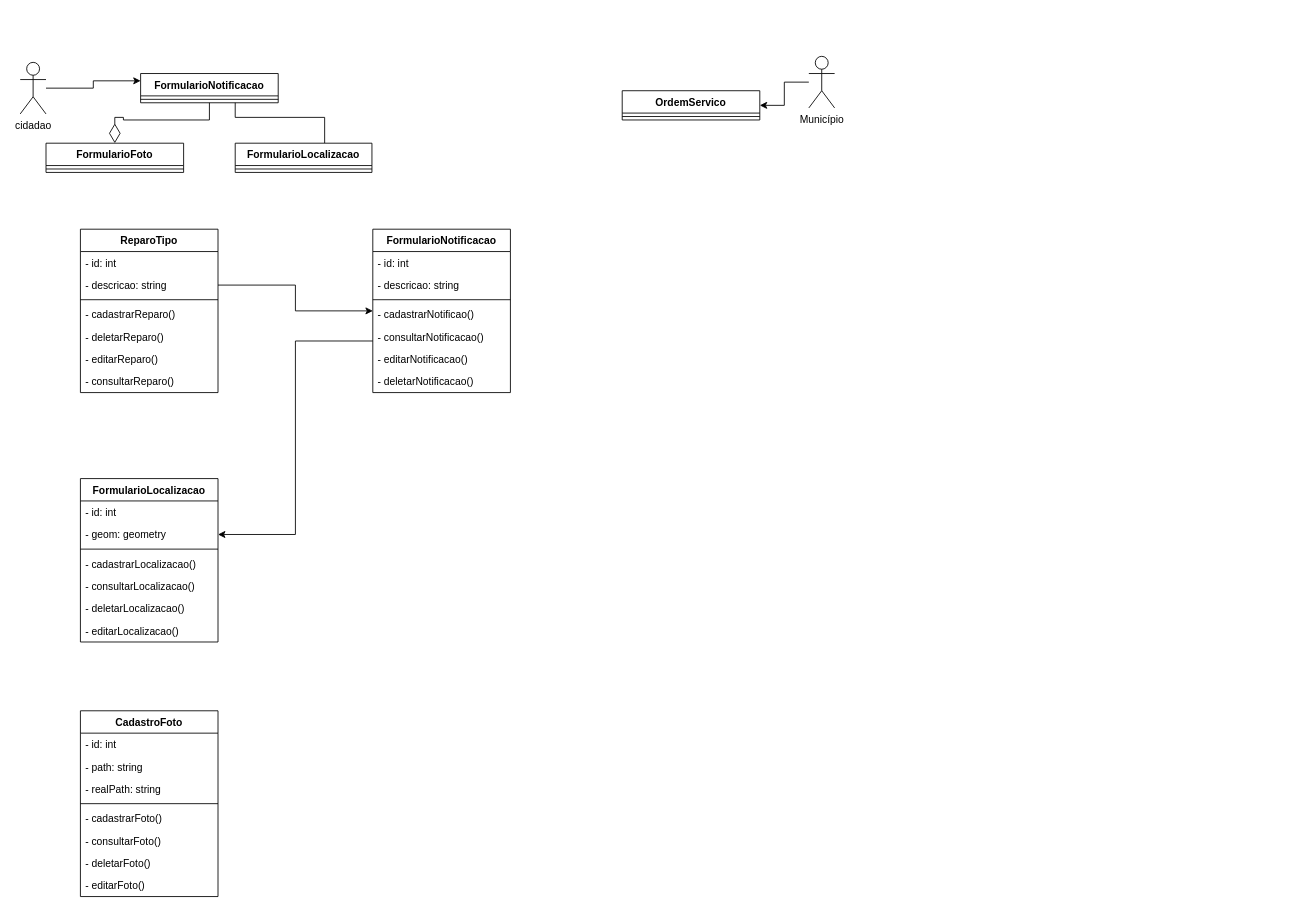
Earlier version of the draw.io diagram diagramas/classes.drawio (PuraFome/AEP-Segundo-Semestre-2022). Source tidied: cells renumbered, new cells numbered last; positions are measured from the earlier drawing's top-left corner, leaving out a move shared by most shapes. Both pictures are drawn from the tidied source at 86%, with x=0, y=0 at pixel (20, 56).
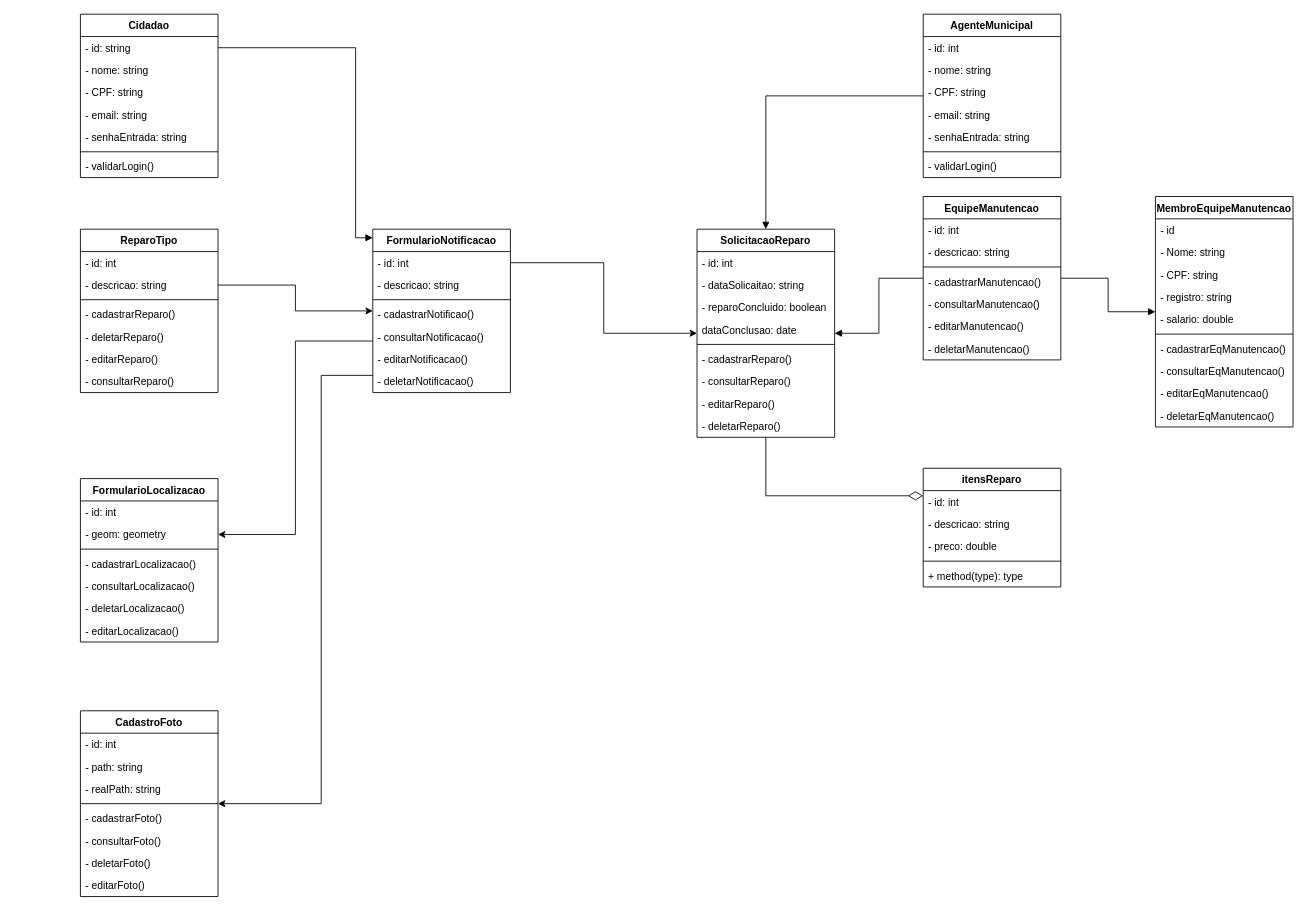
After the change.

The change refers to these unchanged cells:
```xml
<mxCell id="24" value="FormularioNotificacao" style="swimlane;fontStyle=1;align=center;verticalAlign=top;horizontal=1;startSize=26;" parent="1" vertex="1">
  <mxGeometry x="410" y="201" width="160" height="190" as="geometry" />
</mxCell>
<mxCell id="25" value="- id: int" style="text;strokeColor=none;fillColor=none;align=left;verticalAlign=top;spacingLeft=4;spacingRight=4;overflow=hidden;points=[[0,0.5],[1,0.5]];portConstraint=eastwest;" parent="24" vertex="1">
  <mxGeometry y="26" width="160" height="26" as="geometry" />
</mxCell>
<mxCell id="42" value="CadastroFoto" style="swimlane;fontStyle=1;align=center;verticalAlign=top;horizontal=1;startSize=26;" parent="1" vertex="1">
  <mxGeometry x="70" y="761" width="160" height="216" as="geometry" />
</mxCell>
```

What changed in the source:
```diff
@@
-    <mxCell id="2" style="edgeStyle=orthogonalEdgeStyle;rounded=0;jettySize=auto;html=1;endArrow=diamondThin;endFill=0;endSize=20;" parent="1" edge="1" source="4" target="8">
-      <mxGeometry relative="1" as="geometry" />
-    </mxCell>
-    <mxCell id="3" style="edgeStyle=orthogonalEdgeStyle;rounded=0;jettySize=auto;html=1;endArrow=none;endFill=0;" parent="1" edge="1" source="4" target="10">
-      <mxGeometry relative="1" as="geometry">
-        <Array as="points">
-          <mxPoint x="250" y="71" />
-          <mxPoint x="354" y="71" />
-        </Array>
-      </mxGeometry>
-    </mxCell>
-    <mxCell id="4" value="FormularioNotificacao" style="swimlane;fontStyle=1;align=center;verticalAlign=top;horizontal=1;startSize=26;" parent="1" vertex="1">
-      <mxGeometry x="140" y="20" width="160" height="34" as="geometry" />
-    </mxCell>
-    <mxCell id="5" style="line;strokeWidth=1;fillColor=none;align=left;verticalAlign=middle;spacingTop=-1;spacingLeft=3;spacingRight=3;labelPosition=right;strokeColor=inherit;" parent="4" vertex="1">
-      <mxGeometry y="26" width="160" height="8" as="geometry" />
-    </mxCell>
-    <mxCell id="6" style="edgeStyle=orthogonalEdgeStyle;rounded=0;jettySize=auto;html=1;entryX=0;entryY=0.25;entryDx=0;entryDy=0;" parent="1" edge="1" source="7" target="4">
-      <mxGeometry relative="1" as="geometry" />
-    </mxCell>
-    <mxCell id="7" value="cidadao" style="shape=umlActor;verticalLabelPosition=bottom;verticalAlign=top;html=1;" parent="1" vertex="1">
-      <mxGeometry y="7" width="30" height="60" as="geometry" />
-    </mxCell>
-    <mxCell id="8" value="FormularioFoto" style="swimlane;fontStyle=1;align=center;verticalAlign=top;horizontal=1;startSize=26;" parent="1" vertex="1">
-      <mxGeometry x="30" y="101" width="160" height="34" as="geometry" />
-    </mxCell>
-    <mxCell id="9" style="line;strokeWidth=1;fillColor=none;align=left;verticalAlign=middle;spacingTop=-1;spacingLeft=3;spacingRight=3;labelPosition=right;strokeColor=inherit;" parent="8" vertex="1">
-      <mxGeometry y="26" width="160" height="8" as="geometry" />
-    </mxCell>
-    <mxCell id="10" value="FormularioLocalizacao" style="swimlane;fontStyle=1;align=center;verticalAlign=top;horizontal=1;startSize=26;" parent="1" vertex="1">
-      <mxGeometry x="250" y="101" width="159" height="34" as="geometry" />
-    </mxCell>
-    <mxCell id="11" style="line;strokeWidth=1;fillColor=none;align=left;verticalAlign=middle;spacingTop=-1;spacingLeft=3;spacingRight=3;labelPosition=right;strokeColor=inherit;" parent="10" vertex="1">
-      <mxGeometry y="26" width="159" height="8" as="geometry" />
-    </mxCell>
-    <mxCell id="12" style="edgeStyle=orthogonalEdgeStyle;rounded=0;jettySize=auto;html=1;" parent="1" edge="1" source="13" target="14">
-      <mxGeometry relative="1" as="geometry" />
-    </mxCell>
-    <mxCell id="13" value="Município" style="shape=umlActor;verticalLabelPosition=bottom;verticalAlign=top;html=1;outlineConnect=0;" parent="1" vertex="1">
-      <mxGeometry x="917" width="30" height="60" as="geometry" />
-    </mxCell>
-    <mxCell id="14" value="OrdemServico" style="swimlane;fontStyle=1;align=center;verticalAlign=top;horizontal=1;startSize=26;" parent="1" vertex="1">
-      <mxGeometry x="700" y="40" width="160" height="34" as="geometry" />
-    </mxCell>
-    <mxCell id="15" style="line;strokeWidth=1;fillColor=none;align=left;verticalAlign=middle;spacingTop=-1;spacingLeft=3;spacingRight=3;labelPosition=right;strokeColor=inherit;" parent="14" vertex="1">
-      <mxGeometry y="26" width="160" height="8" as="geometry" />
-    </mxCell>
@@
+    <mxCell id="51" style="edgeStyle=orthogonalEdgeStyle;rounded=0;jettySize=auto;html=1;" parent="1" edge="1" source="24" target="42">
+      <mxGeometry relative="1" as="geometry">
+        <Array as="points">
+          <mxPoint x="350" y="371" />
+          <mxPoint x="350" y="869" />
+        </Array>
+      </mxGeometry>
+    </mxCell>
+    <mxCell id="52" style="edgeStyle=orthogonalEdgeStyle;rounded=0;jettySize=auto;html=1;endArrow=diamondThin;endFill=0;endSize=15;" parent="1" edge="1" source="53" target="64">
+      <mxGeometry relative="1" as="geometry">
+        <Array as="points">
+          <mxPoint x="867" y="511" />
+        </Array>
+      </mxGeometry>
+    </mxCell>
+    <mxCell id="53" value="SolicitacaoReparo" style="swimlane;fontStyle=1;align=center;verticalAlign=top;horizontal=1;startSize=26;" parent="1" vertex="1">
+      <mxGeometry x="787" y="201" width="160" height="242" as="geometry" />
+    </mxCell>
+    <mxCell id="54" value="- id: int" style="text;strokeColor=none;fillColor=none;align=left;verticalAlign=top;spacingLeft=4;spacingRight=4;overflow=hidden;" parent="53" vertex="1">
+      <mxGeometry y="26" width="160" height="26" as="geometry" />
+    </mxCell>
+    <mxCell id="55" value="- dataSolicaitao: string" style="text;strokeColor=none;fillColor=none;align=left;verticalAlign=top;spacingLeft=4;spacingRight=4;overflow=hidden;" parent="53" vertex="1">
+      <mxGeometry y="52" width="160" height="26" as="geometry" />
+    </mxCell>
+    <mxCell id="56" value="- reparoConcluido: boolean" style="text;strokeColor=none;fillColor=none;align=left;verticalAlign=top;spacingLeft=4;spacingRight=4;overflow=hidden;" parent="53" vertex="1">
+      <mxGeometry y="78" width="160" height="26" as="geometry" />
+    </mxCell>
+    <mxCell id="57" value="dataConclusao: date" style="text;strokeColor=none;fillColor=none;align=left;verticalAlign=top;spacingLeft=4;spacingRight=4;overflow=hidden;" parent="53" vertex="1">
+      <mxGeometry y="104" width="160" height="26" as="geometry" />
+    </mxCell>
+    <mxCell id="58" style="line;strokeWidth=1;fillColor=none;align=left;verticalAlign=middle;spacingTop=-1;spacingLeft=3;spacingRight=3;labelPosition=right;strokeColor=inherit;" parent="53" vertex="1">
+      <mxGeometry y="130" width="160" height="8" as="geometry" />
+    </mxCell>
+    <mxCell id="59" value="- cadastrarReparo()" style="text;strokeColor=none;fillColor=none;align=left;verticalAlign=top;spacingLeft=4;spacingRight=4;overflow=hidden;" parent="53" vertex="1">
+      <mxGeometry y="138" width="160" height="26" as="geometry" />
+    </mxCell>
+    <mxCell id="60" value="- consultarReparo()" style="text;strokeColor=none;fillColor=none;align=left;verticalAlign=top;spacingLeft=4;spacingRight=4;overflow=hidden;" parent="53" vertex="1">
+      <mxGeometry y="164" width="160" height="26" as="geometry" />
+    </mxCell>
+    <mxCell id="61" value="- editarReparo()" style="text;strokeColor=none;fillColor=none;align=left;verticalAlign=top;spacingLeft=4;spacingRight=4;overflow=hidden;" parent="53" vertex="1">
+      <mxGeometry y="190" width="160" height="26" as="geometry" />
+    </mxCell>
+    <mxCell id="62" value="- deletarReparo()" style="text;strokeColor=none;fillColor=none;align=left;verticalAlign=top;spacingLeft=4;spacingRight=4;overflow=hidden;" parent="53" vertex="1">
+      <mxGeometry y="216" width="160" height="26" as="geometry" />
+    </mxCell>
+    <mxCell id="63" style="edgeStyle=orthogonalEdgeStyle;rounded=0;jettySize=auto;html=1;" parent="1" edge="1" source="25" target="53">
+      <mxGeometry relative="1" as="geometry" />
+    </mxCell>
+    <mxCell id="64" value="itensReparo" style="swimlane;fontStyle=1;align=center;verticalAlign=top;horizontal=1;startSize=26;" parent="1" vertex="1">
+      <mxGeometry x="1050" y="479" width="160" height="138" as="geometry" />
+    </mxCell>
+    <mxCell id="65" value="- id: int" style="text;strokeColor=none;fillColor=none;align=left;verticalAlign=top;spacingLeft=4;spacingRight=4;overflow=hidden;" parent="64" vertex="1">
+      <mxGeometry y="26" width="160" height="26" as="geometry" />
+    </mxCell>
+    <mxCell id="66" value="- descricao: string" style="text;strokeColor=none;fillColor=none;align=left;verticalAlign=top;spacingLeft=4;spacingRight=4;overflow=hidden;" parent="64" vertex="1">
+      <mxGeometry y="52" width="160" height="26" as="geometry" />
+    </mxCell>
+    <mxCell id="67" value="- preco: double" style="text;strokeColor=none;fillColor=none;align=left;verticalAlign=top;spacingLeft=4;spacingRight=4;overflow=hidden;" parent="64" vertex="1">
+      <mxGeometry y="78" width="160" height="26" as="geometry" />
+    </mxCell>
+    <mxCell id="68" style="line;strokeWidth=1;fillColor=none;align=left;verticalAlign=middle;spacingTop=-1;spacingLeft=3;spacingRight=3;labelPosition=right;strokeColor=inherit;" parent="64" vertex="1">
+      <mxGeometry y="104" width="160" height="8" as="geometry" />
+    </mxCell>
+    <mxCell id="69" value="+ method(type): type" style="text;strokeColor=none;fillColor=none;align=left;verticalAlign=top;spacingLeft=4;spacingRight=4;overflow=hidden;" parent="64" vertex="1">
+      <mxGeometry y="112" width="160" height="26" as="geometry" />
+    </mxCell>
+    <mxCell id="70" style="edgeStyle=orthogonalEdgeStyle;rounded=0;jettySize=auto;html=1;endArrow=block;endFill=1;endSize=6;" parent="1" edge="1" source="72" target="53">
+      <mxGeometry relative="1" as="geometry" />
+    </mxCell>
+    <mxCell id="71" style="edgeStyle=orthogonalEdgeStyle;rounded=0;jettySize=auto;html=1;endArrow=block;endFill=1;endSize=6;" parent="1" edge="1" source="72" target="80">
+      <mxGeometry relative="1" as="geometry" />
+    </mxCell>
+    <mxCell id="72" value="EquipeManutencao" style="swimlane;fontStyle=1;align=center;verticalAlign=top;horizontal=1;startSize=26;" parent="1" vertex="1">
+      <mxGeometry x="1050" y="163" width="160" height="190" as="geometry" />
+    </mxCell>
+    <mxCell id="73" value="- id: int" style="text;strokeColor=none;fillColor=none;align=left;verticalAlign=top;spacingLeft=4;spacingRight=4;overflow=hidden;" parent="72" vertex="1">
+      <mxGeometry y="26" width="160" height="26" as="geometry" />
+    </mxCell>
+    <mxCell id="74" value="- descricao: string" style="text;strokeColor=none;fillColor=none;align=left;verticalAlign=top;spacingLeft=4;spacingRight=4;overflow=hidden;" parent="72" vertex="1">
+      <mxGeometry y="52" width="160" height="26" as="geometry" />
+    </mxCell>
+    <mxCell id="75" style="line;strokeWidth=1;fillColor=none;align=left;verticalAlign=middle;spacingTop=-1;spacingLeft=3;spacingRight=3;labelPosition=right;strokeColor=inherit;" parent="72" vertex="1">
+      <mxGeometry y="78" width="160" height="8" as="geometry" />
+    </mxCell>
+    <mxCell id="76" value="- cadastrarManutencao()" style="text;strokeColor=none;fillColor=none;align=left;verticalAlign=top;spacingLeft=4;spacingRight=4;overflow=hidden;" parent="72" vertex="1">
+      <mxGeometry y="86" width="160" height="26" as="geometry" />
+    </mxCell>
+    <mxCell id="77" value="- consultarManutencao()" style="text;strokeColor=none;fillColor=none;align=left;verticalAlign=top;spacingLeft=4;spacingRight=4;overflow=hidden;" parent="72" vertex="1">
+      <mxGeometry y="112" width="160" height="26" as="geometry" />
+    </mxCell>
+    <mxCell id="78" value="- editarManutencao()" style="text;strokeColor=none;fillColor=none;align=left;verticalAlign=top;spacingLeft=4;spacingRight=4;overflow=hidden;" parent="72" vertex="1">
+      <mxGeometry y="138" width="160" height="26" as="geometry" />
+    </mxCell>
+    <mxCell id="79" value="- deletarManutencao()" style="text;strokeColor=none;fillColor=none;align=left;verticalAlign=top;spacingLeft=4;spacingRight=4;overflow=hidden;" parent="72" vertex="1">
+      <mxGeometry y="164" width="160" height="26" as="geometry" />
+    </mxCell>
+    <mxCell id="80" value="MembroEquipeManutencao" style="swimlane;fontStyle=1;align=center;verticalAlign=top;horizontal=1;startSize=26;" parent="1" vertex="1">
+      <mxGeometry x="1320" y="163" width="160" height="268" as="geometry" />
+    </mxCell>
+    <mxCell id="81" value="- id" style="text;strokeColor=none;fillColor=none;align=left;verticalAlign=top;spacingLeft=4;spacingRight=4;overflow=hidden;" parent="80" vertex="1">
+      <mxGeometry y="26" width="160" height="26" as="geometry" />
+    </mxCell>
+    <mxCell id="82" value="- Nome: string" style="text;strokeColor=none;fillColor=none;align=left;verticalAlign=top;spacingLeft=4;spacingRight=4;overflow=hidden;" parent="80" vertex="1">
+      <mxGeometry y="52" width="160" height="26" as="geometry" />
+    </mxCell>
+    <mxCell id="83" value="- CPF: string" style="text;strokeColor=none;fillColor=none;align=left;verticalAlign=top;spacingLeft=4;spacingRight=4;overflow=hidden;" parent="80" vertex="1">
+      <mxGeometry y="78" width="160" height="26" as="geometry" />
+    </mxCell>
+    <mxCell id="84" value="- registro: string" style="text;strokeColor=none;fillColor=none;align=left;verticalAlign=top;spacingLeft=4;spacingRight=4;overflow=hidden;" parent="80" vertex="1">
+      <mxGeometry y="104" width="160" height="26" as="geometry" />
+    </mxCell>
+    <mxCell id="85" value="- salario: double" style="text;strokeColor=none;fillColor=none;align=left;verticalAlign=top;spacingLeft=4;spacingRight=4;overflow=hidden;" parent="80" vertex="1">
+      <mxGeometry y="130" width="160" height="26" as="geometry" />
+    </mxCell>
+    <mxCell id="86" style="line;strokeWidth=1;fillColor=none;align=left;verticalAlign=middle;spacingTop=-1;spacingLeft=3;spacingRight=3;labelPosition=right;strokeColor=inherit;" parent="80" vertex="1">
+      <mxGeometry y="156" width="160" height="8" as="geometry" />
+    </mxCell>
+    <mxCell id="87" value="- cadastrarEqManutencao()" style="text;strokeColor=none;fillColor=none;align=left;verticalAlign=top;spacingLeft=4;spacingRight=4;overflow=hidden;" parent="80" vertex="1">
+      <mxGeometry y="164" width="160" height="26" as="geometry" />
+    </mxCell>
+    <mxCell id="88" value="- consultarEqManutencao()" style="text;strokeColor=none;fillColor=none;align=left;verticalAlign=top;spacingLeft=4;spacingRight=4;overflow=hidden;" parent="80" vertex="1">
+      <mxGeometry y="190" width="160" height="26" as="geometry" />
+    </mxCell>
+    <mxCell id="89" value="- editarEqManutencao()" style="text;strokeColor=none;fillColor=none;align=left;verticalAlign=top;spacingLeft=4;spacingRight=4;overflow=hidden;" parent="80" vertex="1">
+      <mxGeometry y="216" width="160" height="26" as="geometry" />
+    </mxCell>
+    <mxCell id="90" value="- deletarEqManutencao()" style="text;strokeColor=none;fillColor=none;align=left;verticalAlign=top;spacingLeft=4;spacingRight=4;overflow=hidden;" parent="80" vertex="1">
+      <mxGeometry y="242" width="160" height="26" as="geometry" />
+    </mxCell>
+    <mxCell id="91" value="Cidadao" style="swimlane;fontStyle=1;align=center;verticalAlign=top;horizontal=1;startSize=26;" parent="1" vertex="1">
+      <mxGeometry x="70" y="-49" width="160" height="190" as="geometry" />
+    </mxCell>
+    <mxCell id="92" value="- id: string" style="text;strokeColor=none;fillColor=none;align=left;verticalAlign=top;spacingLeft=4;spacingRight=4;overflow=hidden;points=[[0,0.5],[1,0.5]];portConstraint=eastwest;" parent="91" vertex="1">
+      <mxGeometry y="26" width="160" height="26" as="geometry" />
+    </mxCell>
+    <mxCell id="93" value="- nome: string" style="text;strokeColor=none;fillColor=none;align=left;verticalAlign=top;spacingLeft=4;spacingRight=4;overflow=hidden;" parent="91" vertex="1">
+      <mxGeometry y="52" width="160" height="26" as="geometry" />
+    </mxCell>
+    <mxCell id="94" value="- CPF: string" style="text;strokeColor=none;fillColor=none;align=left;verticalAlign=top;spacingLeft=4;spacingRight=4;overflow=hidden;" parent="91" vertex="1">
+      <mxGeometry y="78" width="160" height="26" as="geometry" />
+    </mxCell>
+    <mxCell id="95" value="- email: string" style="text;strokeColor=none;fillColor=none;align=left;verticalAlign=top;spacingLeft=4;spacingRight=4;overflow=hidden;" parent="91" vertex="1">
+      <mxGeometry y="104" width="160" height="26" as="geometry" />
+    </mxCell>
+    <mxCell id="96" value="- senhaEntrada: string" style="text;strokeColor=none;fillColor=none;align=left;verticalAlign=top;spacingLeft=4;spacingRight=4;overflow=hidden;" parent="91" vertex="1">
+      <mxGeometry y="130" width="160" height="26" as="geometry" />
+    </mxCell>
+    <mxCell id="97" style="line;strokeWidth=1;fillColor=none;align=left;verticalAlign=middle;spacingTop=-1;spacingLeft=3;spacingRight=3;labelPosition=right;strokeColor=inherit;" parent="91" vertex="1">
+      <mxGeometry y="156" width="160" height="8" as="geometry" />
+    </mxCell>
+    <mxCell id="98" value="- validarLogin()" style="text;strokeColor=none;fillColor=none;align=left;verticalAlign=top;spacingLeft=4;spacingRight=4;overflow=hidden;" parent="91" vertex="1">
+      <mxGeometry y="164" width="160" height="26" as="geometry" />
+    </mxCell>
+    <mxCell id="99" style="edgeStyle=orthogonalEdgeStyle;rounded=0;jettySize=auto;html=1;endArrow=block;endFill=1;endSize=6;" parent="1" edge="1" source="92" target="24">
+      <mxGeometry relative="1" as="geometry">
+        <Array as="points">
+          <mxPoint x="390" y="-10" />
+          <mxPoint x="390" y="211" />
+        </Array>
+      </mxGeometry>
+    </mxCell>
+    <mxCell id="100" style="edgeStyle=orthogonalEdgeStyle;rounded=0;jettySize=auto;html=1;endArrow=block;endFill=1;endSize=6;" parent="1" edge="1" source="101" target="53">
+      <mxGeometry relative="1" as="geometry" />
+    </mxCell>
+    <mxCell id="101" value="AgenteMunicipal" style="swimlane;fontStyle=1;align=center;verticalAlign=top;horizontal=1;startSize=26;" parent="1" vertex="1">
+      <mxGeometry x="1050" y="-49" width="160" height="190" as="geometry" />
+    </mxCell>
+    <mxCell id="102" value="- id: int" style="text;strokeColor=none;fillColor=none;align=left;verticalAlign=top;spacingLeft=4;spacingRight=4;overflow=hidden;" parent="101" vertex="1">
+      <mxGeometry y="26" width="160" height="26" as="geometry" />
+    </mxCell>
+    <mxCell id="103" value="- nome: string" style="text;strokeColor=none;fillColor=none;align=left;verticalAlign=top;spacingLeft=4;spacingRight=4;overflow=hidden;" parent="101" vertex="1">
+      <mxGeometry y="52" width="160" height="26" as="geometry" />
+    </mxCell>
+    <mxCell id="104" value="- CPF: string" style="text;strokeColor=none;fillColor=none;align=left;verticalAlign=top;spacingLeft=4;spacingRight=4;overflow=hidden;" parent="101" vertex="1">
+      <mxGeometry y="78" width="160" height="26" as="geometry" />
+    </mxCell>
+    <mxCell id="105" value="- email: string" style="text;strokeColor=none;fillColor=none;align=left;verticalAlign=top;spacingLeft=4;spacingRight=4;overflow=hidden;" parent="101" vertex="1">
+      <mxGeometry y="104" width="160" height="26" as="geometry" />
+    </mxCell>
+    <mxCell id="106" value="- senhaEntrada: string" style="text;strokeColor=none;fillColor=none;align=left;verticalAlign=top;spacingLeft=4;spacingRight=4;overflow=hidden;" parent="101" vertex="1">
+      <mxGeometry y="130" width="160" height="26" as="geometry" />
+    </mxCell>
+    <mxCell id="107" style="line;strokeWidth=1;fillColor=none;align=left;verticalAlign=middle;spacingTop=-1;spacingLeft=3;spacingRight=3;labelPosition=right;strokeColor=inherit;" parent="101" vertex="1">
+      <mxGeometry y="156" width="160" height="8" as="geometry" />
+    </mxCell>
+    <mxCell id="108" value="- validarLogin()" style="text;strokeColor=none;fillColor=none;align=left;verticalAlign=top;spacingLeft=4;spacingRight=4;overflow=hidden;" parent="101" vertex="1">
+      <mxGeometry y="164" width="160" height="26" as="geometry" />
+    </mxCell>
```
